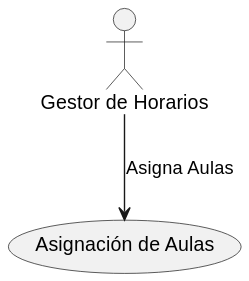
This is imagenes/Casos de Uso/Asignacion de aulas.svg from mmasias/23-24-IdSw1-SDR, a PlantUML export, as it was before one commit.
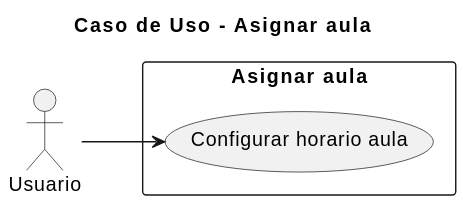
The same diagram one commit later.

Change to the diagram source:
```diff
@@ -1,5 +1,11 @@
 @startuml
-actor "Gestor de Horarios" as A
-usecase "Asignación de Aulas" as UC1
-A --> UC1 : Asigna Aulas
+title Caso de Uso - Asignar aula
+left to right direction
+actor Usuario as cust
+
+rectangle "Asignar aula" {
+    usecase "Configurar horario aula" as OP1
+}
+
+cust --> OP1
 @enduml
```
